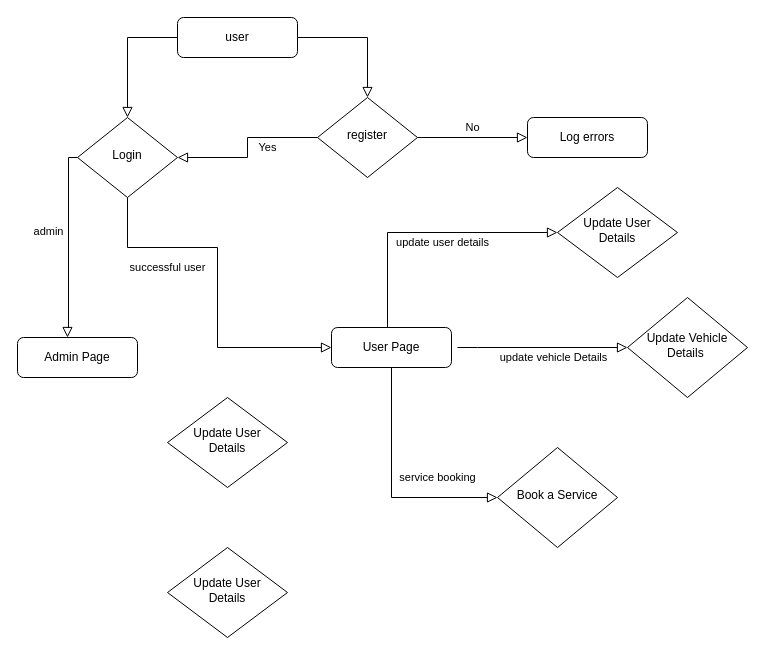
Before: bikeserviceflowchart.drawio in rangainlive/bike-service, a draw.io diagram. Source tidied: cells renumbered, new cells numbered last; positions are measured from the earlier drawing's top-left corner, leaving out a move shared by most shapes. Both pictures are drawn from the tidied source at 100%, with x=0, y=0 at pixel (17, 17).
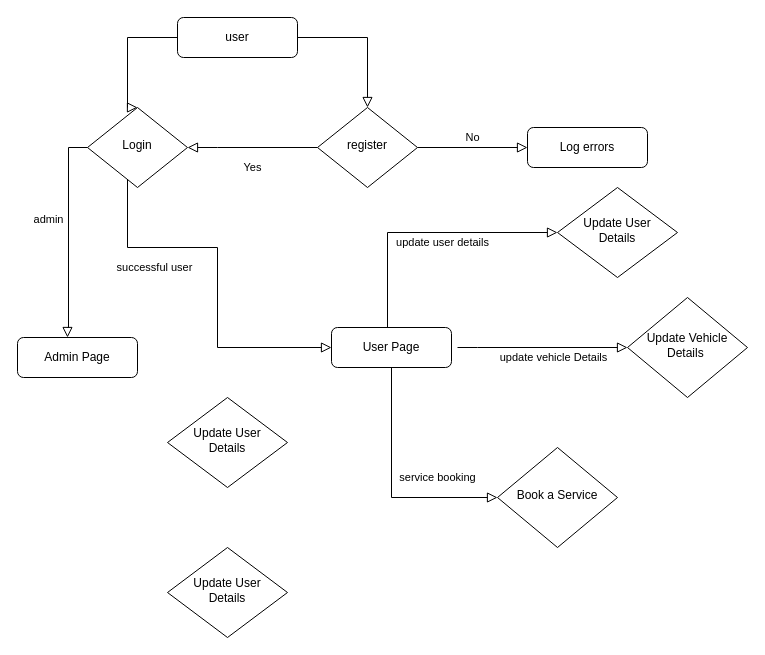
The same page after the edit.

What changed in the source:
```diff
@@
     <mxCell id="4" value="Yes" style="rounded=0;html=1;jettySize=auto;fontSize=11;endArrow=block;endFill=0;endSize=8;strokeWidth=1;shadow=0;labelBackgroundColor=none;edgeStyle=orthogonalEdgeStyle;entryX=1;entryY=0.5;entryDx=0;entryDy=0;exitX=0;exitY=0.5;exitDx=0;exitDy=0;" parent="1" edge="1" source="6" target="9">
       <mxGeometry y="20" relative="1" as="geometry">
         <Array as="points">
-          <mxPoint x="230" y="120" />
-          <mxPoint x="230" y="140" />
+          <mxPoint x="200" y="130" />
+          <mxPoint x="200" y="130" />
         </Array>
       </mxGeometry>
     </mxCell>
@@
     <mxCell id="6" value="register" style="rhombus;whiteSpace=wrap;html=1;shadow=0;fontFamily=Helvetica;fontSize=12;align=center;strokeWidth=1;spacing=6;spacingTop=-4;" parent="1" vertex="1">
-      <mxGeometry x="300" y="80" width="100" height="80" as="geometry" />
+      <mxGeometry x="300" y="90" width="100" height="80" as="geometry" />
     </mxCell>
     <mxCell id="7" value="Log errors" style="rounded=1;whiteSpace=wrap;html=1;fontSize=12;glass=0;strokeWidth=1;shadow=0;" parent="1" vertex="1">
-      <mxGeometry x="510" y="100" width="120" height="40" as="geometry" />
+      <mxGeometry x="510" y="110" width="120" height="40" as="geometry" />
     </mxCell>
@@
     <mxCell id="9" value="Login" style="rhombus;whiteSpace=wrap;html=1;shadow=0;fontFamily=Helvetica;fontSize=12;align=center;strokeWidth=1;spacing=6;spacingTop=-4;" parent="1" vertex="1">
-      <mxGeometry x="60" y="100" width="100" height="80" as="geometry" />
+      <mxGeometry x="70" y="90" width="100" height="80" as="geometry" />
     </mxCell>
@@
-    <mxCell id="13" value="admin" style="edgeStyle=orthogonalEdgeStyle;rounded=0;html=1;jettySize=auto;orthogonalLoop=1;fontSize=11;endArrow=block;endFill=0;endSize=8;strokeWidth=1;shadow=0;labelBackgroundColor=none;" parent="1" edge="1">
+    <mxCell id="13" value="admin" style="edgeStyle=orthogonalEdgeStyle;rounded=0;html=1;jettySize=auto;fontSize=11;endArrow=block;endFill=0;endSize=8;strokeWidth=1;shadow=0;labelBackgroundColor=none;exitX=0;exitY=0.5;exitDx=0;exitDy=0;" parent="1" edge="1" source="9">
       <mxGeometry x="-0.13" y="-20" relative="1" as="geometry">
-        <mxPoint x="60" y="140" as="sourcePoint" />
         <mxPoint x="50" y="320" as="targetPoint" />
         <Array as="points">
-          <mxPoint x="51" y="140" />
+          <mxPoint x="51" y="130" />
           <mxPoint x="51" y="310" />
           <mxPoint x="50" y="310" />
         </Array>
       </mxGeometry>
     </mxCell>
```
